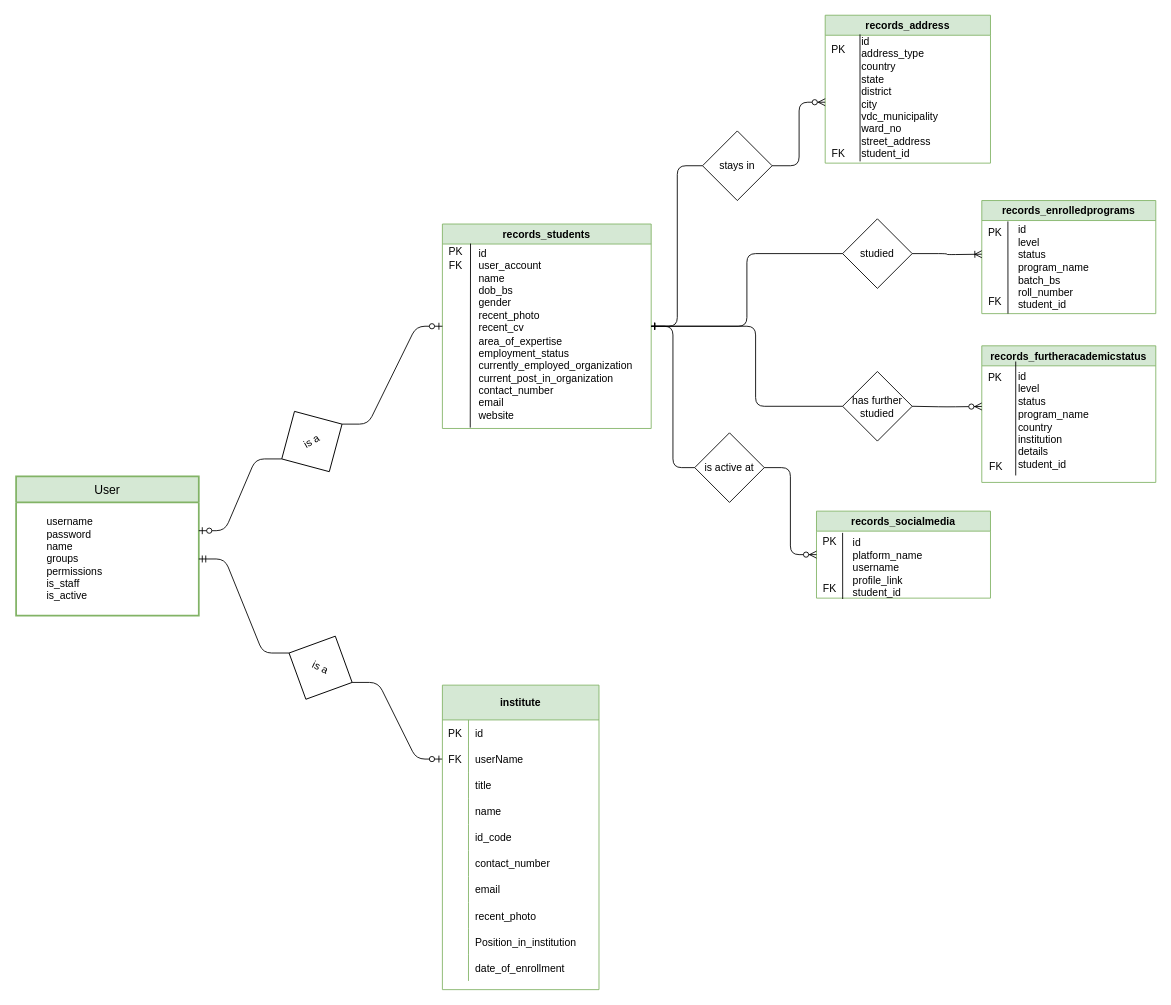
Earlier version of the draw.io diagram ERD.drawio (VanIro/Alumini-Tracker--Django-Software-Project). Source tidied: cells renumbered, new cells numbered last; positions are measured from the earlier drawing's top-left corner, leaving out a move shared by most shapes. Both pictures are drawn from the tidied source at 87%, with x=0, y=0 at pixel (16, 15).
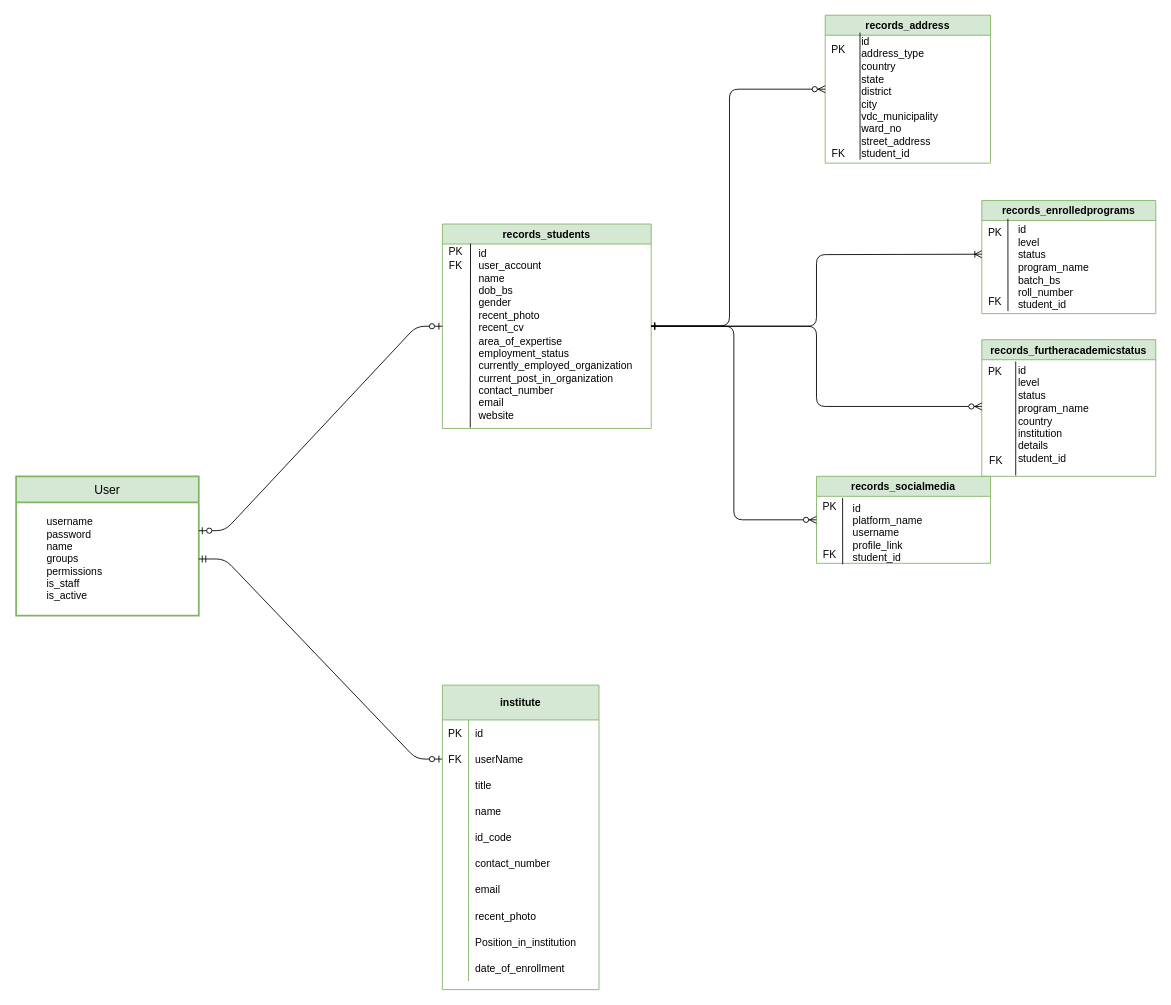
Above is the later version.

Commit message:
Added an ERD for the database models.

The change refers to these unchanged cells:
```xml
<mxCell id="2" value="records_students" style="swimlane;fillColor=#d5e8d4;strokeColor=#82b366;" parent="1" vertex="1">
  <mxGeometry x="490" y="240" width="240" height="235" as="geometry" />
</mxCell>
<mxCell id="7" value="records_address" style="swimlane;fillColor=#d5e8d4;strokeColor=#82b366;" parent="1" vertex="1">
  <mxGeometry x="930" width="190" height="170" as="geometry" />
</mxCell>
<mxCell id="18" value="records_enrolledprograms" style="swimlane;fillColor=#d5e8d4;strokeColor=#82b366;" parent="1" vertex="1">
  <mxGeometry x="1110" y="213" width="200" height="130" as="geometry" />
</mxCell>
<mxCell id="35" value="&lt;span&gt;&amp;nbsp; &amp;nbsp; &amp;nbsp; &amp;nbsp; &amp;nbsp; username&lt;/span&gt;&lt;br style=&quot;padding: 0px ; margin: 0px&quot;&gt;&lt;span&gt;&amp;nbsp; &amp;nbsp; &amp;nbsp; &amp;nbsp; &amp;nbsp; password&lt;/span&gt;&lt;br style=&quot;padding: 0px ; margin: 0px&quot;&gt;&lt;span&gt;&amp;nbsp; &amp;nbsp; &amp;nbsp; &amp;nbsp; &amp;nbsp; name&lt;/span&gt;&lt;br style=&quot;padding: 0px ; margin: 0px&quot;&gt;&lt;span&gt;&amp;nbsp; &amp;nbsp; &amp;nbsp; &amp;nbsp; &amp;nbsp; groups&lt;/span&gt;&lt;br style=&quot;padding: 0px ; margin: 0px&quot;&gt;&lt;span&gt;&amp;nbsp; &amp;nbsp; &amp;nbsp; &amp;nbsp; &amp;nbsp; permissions&lt;/span&gt;&lt;br style=&quot;padding: 0px ; margin: 0px&quot;&gt;&lt;span&gt;&amp;nbsp; &amp;nbsp; &amp;nbsp; &amp;nbsp; &amp;nbsp; is_staff&lt;/span&gt;&lt;br style=&quot;padding: 0px ; margin: 0px&quot;&gt;&lt;span&gt;&amp;nbsp; &amp;nbsp; &amp;nbsp; &amp;nbsp; &amp;nbsp; is_active&lt;/span&gt;" style="text;html=1;strokeColor=none;fillColor=none;align=left;verticalAlign=middle;whiteSpace=wrap;rounded=0;" parent="34" vertex="1">
  <mxGeometry y="30" width="210" height="130" as="geometry" />
</mxCell>
<mxCell id="42" style="shape=partialRectangle;fillColor=none;top=0;left=0;bottom=0;right=0;points=[[0,0.5],[1,0.5]];portConstraint=eastwest;" parent="38" vertex="1">
  <mxGeometry y="70" width="180" height="30" as="geometry" />
</mxCell>
```

Diff of the diagram source:
```diff
@@
     <mxCell id="11" style="endArrow=none;html=1;rounded=0;entryX=-0.006;entryY=0.021;entryDx=0;entryDy=0;entryPerimeter=0;" parent="7" edge="1">
       <mxGeometry relative="1" as="geometry">
-        <mxPoint x="40.1" y="168" as="sourcePoint" />
-        <mxPoint x="40" y="22" as="targetPoint" />
+        <mxPoint x="40.1" y="166" as="sourcePoint" />
+        <mxPoint x="40" y="20" as="targetPoint" />
       </mxGeometry>
     </mxCell>
     <mxCell id="12" value="records_furtheracademicstatus" style="swimlane;fillColor=#d5e8d4;strokeColor=#82b366;" parent="1" vertex="1">
-      <mxGeometry x="1110" y="380" width="200" height="157" as="geometry" />
+      <mxGeometry x="1110" y="373" width="200" height="157" as="geometry" />
     </mxCell>
@@
     <mxCell id="23" style="endArrow=none;html=1;rounded=0;entryX=-0.006;entryY=0.021;entryDx=0;entryDy=0;entryPerimeter=0;" parent="18" edge="1">
       <mxGeometry relative="1" as="geometry">
-        <mxPoint x="30.1" y="130" as="sourcePoint" />
-        <mxPoint x="30" y="24" as="targetPoint" />
+        <mxPoint x="30.1" y="127" as="sourcePoint" />
+        <mxPoint x="30" y="21" as="targetPoint" />
       </mxGeometry>
     </mxCell>
     <mxCell id="24" value="records_socialmedia" style="swimlane;fillColor=#d5e8d4;strokeColor=#82b366;" parent="1" vertex="1">
-      <mxGeometry x="920" y="570" width="200" height="100" as="geometry" />
+      <mxGeometry x="920" y="530" width="200" height="100" as="geometry" />
     </mxCell>
@@
-    <mxCell id="30" style="edgeStyle=elbowEdgeStyle;fontSize=12;html=1;endArrow=ERone;startArrow=none;endFill=0;" parent="1" edge="1" source="73" target="2">
-      <mxGeometry relative="1" as="geometry" />
+    <mxCell id="30" style="edgeStyle=elbowEdgeStyle;fontSize=12;html=1;endArrow=ERone;startArrow=ERzeroToMany;endFill=0;" parent="1" edge="1" source="7" target="2">
+      <mxGeometry relative="1" as="geometry">
+        <Array as="points">
+          <mxPoint x="820" y="357" />
+          <mxPoint x="820" y="240" />
+        </Array>
+      </mxGeometry>
     </mxCell>
-    <mxCell id="31" style="edgeStyle=orthogonalEdgeStyle;fontSize=12;html=1;endArrow=ERoneToMany;startArrow=none;endFill=0;startFill=0;" parent="1" edge="1" source="77">
+    <mxCell id="31" style="edgeStyle=orthogonalEdgeStyle;fontSize=12;html=1;endArrow=ERoneToMany;startArrow=ERone;endFill=0;startFill=0;" parent="1" edge="1" source="2">
       <mxGeometry relative="1" as="geometry">
         <mxPoint x="1110" y="274.7" as="targetPoint" />
       </mxGeometry>
     </mxCell>
-    <mxCell id="32" style="fontSize=12;html=1;endArrow=ERone;startArrow=none;edgeStyle=orthogonalEdgeStyle;endFill=0;entryX=1;entryY=0.5;entryDx=0;entryDy=0;" parent="1" edge="1" source="79" target="2">
+    <mxCell id="32" style="fontSize=12;html=1;endArrow=ERone;startArrow=ERzeroToMany;edgeStyle=orthogonalEdgeStyle;endFill=0;entryX=1;entryY=0.5;entryDx=0;entryDy=0;" parent="1" edge="1" target="2">
       <mxGeometry relative="1" as="geometry">
+        <mxPoint x="1110" y="449.7" as="sourcePoint" />
         <Array as="points">
-          <mxPoint x="850" y="449" />
-          <mxPoint x="850" y="357" />
+          <mxPoint x="920" y="450" />
+          <mxPoint x="920" y="358" />
+          <mxPoint x="730" y="358" />
         </Array>
       </mxGeometry>
     </mxCell>
-    <mxCell id="33" style="fontSize=12;html=1;endArrow=ERone;startArrow=none;exitX=0;exitY=0.5;exitDx=0;exitDy=0;edgeStyle=elbowEdgeStyle;endFill=0;entryX=1;entryY=0.5;entryDx=0;entryDy=0;" parent="1" edge="1" source="75" target="2">
+    <mxCell id="33" style="fontSize=12;html=1;endArrow=ERone;startArrow=ERzeroToMany;exitX=0;exitY=0.5;exitDx=0;exitDy=0;edgeStyle=elbowEdgeStyle;endFill=0;entryX=1;entryY=0.5;entryDx=0;entryDy=0;" parent="1" edge="1" source="24" target="2">
       <mxGeometry relative="1" as="geometry" />
     </mxCell>
@@
-    <mxCell id="36" style="edgeStyle=entityRelationEdgeStyle;fontSize=12;html=1;endArrow=ERzeroToOne;startArrow=none;exitX=1;exitY=0.5;exitDx=0;exitDy=0;endFill=1;entryX=0;entryY=0.5;entryDx=0;entryDy=0;" parent="1" edge="1" source="71" target="42">
+    <mxCell id="36" style="edgeStyle=entityRelationEdgeStyle;fontSize=12;html=1;endArrow=ERzeroToOne;startArrow=ERmandOne;exitX=1;exitY=0.5;exitDx=0;exitDy=0;endFill=1;entryX=0;entryY=0.5;entryDx=0;entryDy=0;" parent="1" edge="1" source="35" target="42">
       <mxGeometry relative="1" as="geometry" />
     </mxCell>
-    <mxCell id="37" style="edgeStyle=entityRelationEdgeStyle;fontSize=12;html=1;endArrow=ERzeroToOne;endFill=1;entryX=0;entryY=0.5;entryDx=0;entryDy=0;exitX=1;exitY=0.5;exitDx=0;exitDy=0;startArrow=none;startFill=1;" parent="1" edge="1" source="69" target="2">
+    <mxCell id="37" style="edgeStyle=entityRelationEdgeStyle;fontSize=12;html=1;endArrow=ERzeroToOne;endFill=1;entryX=0;entryY=0.5;entryDx=0;entryDy=0;exitX=1;exitY=0.25;exitDx=0;exitDy=0;startArrow=ERzeroToOne;startFill=1;" parent="1" edge="1" source="35" target="2">
       <mxGeometry relative="1" as="geometry" />
     </mxCell>
@@
-    <mxCell id="69" value="is a" style="rhombus;whiteSpace=wrap;html=1;rotation=-30;" parent="1" vertex="1">
-      <mxGeometry x="300" y="450" width="80" height="80" as="geometry" />
-    </mxCell>
-    <mxCell id="70" style="edgeStyle=entityRelationEdgeStyle;fontSize=12;html=1;endArrow=none;endFill=1;entryX=0;entryY=0.5;entryDx=0;entryDy=0;exitX=1;exitY=0.25;exitDx=0;exitDy=0;startArrow=ERzeroToOne;startFill=1;" parent="1" edge="1" source="35" target="69">
-      <mxGeometry relative="1" as="geometry" />
-    </mxCell>
-    <mxCell id="71" value="is a" style="rhombus;whiteSpace=wrap;html=1;rotation=25;" parent="1" vertex="1">
-      <mxGeometry x="310" y="710" width="80" height="80" as="geometry" />
-    </mxCell>
-    <mxCell id="72" style="edgeStyle=entityRelationEdgeStyle;fontSize=12;html=1;endArrow=none;startArrow=ERmandOne;exitX=1;exitY=0.5;exitDx=0;exitDy=0;endFill=1;entryX=0;entryY=0.5;entryDx=0;entryDy=0;" parent="1" edge="1" source="35" target="71">
-      <mxGeometry relative="1" as="geometry" />
-    </mxCell>
-    <mxCell id="73" value="stays in" style="rhombus;whiteSpace=wrap;html=1;" parent="1" vertex="1">
-      <mxGeometry x="789" y="133" width="80" height="80" as="geometry" />
-    </mxCell>
-    <mxCell id="74" style="edgeStyle=elbowEdgeStyle;fontSize=12;html=1;endArrow=none;startArrow=ERzeroToMany;endFill=0;" parent="1" edge="1" source="7" target="73">
-      <mxGeometry relative="1" as="geometry">
-        <Array as="points">
-          <mxPoint x="900" y="100" />
-          <mxPoint x="890" y="120" />
-          <mxPoint x="920" y="70" />
-          <mxPoint x="830" y="10" />
-          <mxPoint x="820" y="357" />
-          <mxPoint x="820" y="240" />
-        </Array>
-      </mxGeometry>
-    </mxCell>
-    <mxCell id="75" value="is active at" style="rhombus;whiteSpace=wrap;html=1;" parent="1" vertex="1">
-      <mxGeometry x="780" y="480" width="80" height="80" as="geometry" />
-    </mxCell>
-    <mxCell id="76" style="fontSize=12;html=1;endArrow=none;startArrow=ERzeroToMany;exitX=0;exitY=0.5;exitDx=0;exitDy=0;edgeStyle=elbowEdgeStyle;endFill=0;entryX=1;entryY=0.5;entryDx=0;entryDy=0;" parent="1" edge="1" source="24" target="75">
-      <mxGeometry relative="1" as="geometry" />
-    </mxCell>
-    <mxCell id="77" value="studied" style="rhombus;whiteSpace=wrap;html=1;" parent="1" vertex="1">
-      <mxGeometry x="950" y="234" width="80" height="80" as="geometry" />
-    </mxCell>
-    <mxCell id="78" style="edgeStyle=orthogonalEdgeStyle;fontSize=12;html=1;endArrow=none;startArrow=ERone;endFill=0;startFill=0;" parent="1" edge="1" source="2" target="77">
-      <mxGeometry relative="1" as="geometry" />
-    </mxCell>
-    <mxCell id="79" value="has further studied" style="rhombus;whiteSpace=wrap;html=1;" parent="1" vertex="1">
-      <mxGeometry x="950" y="409.5" width="80" height="80" as="geometry" />
-    </mxCell>
-    <mxCell id="80" style="fontSize=12;html=1;endArrow=none;startArrow=ERzeroToMany;edgeStyle=orthogonalEdgeStyle;endFill=0;entryX=1;entryY=0.5;entryDx=0;entryDy=0;" parent="1" edge="1" target="79">
-      <mxGeometry relative="1" as="geometry">
-        <mxPoint x="1110" y="449.7" as="sourcePoint" />
-      </mxGeometry>
-    </mxCell>
```
